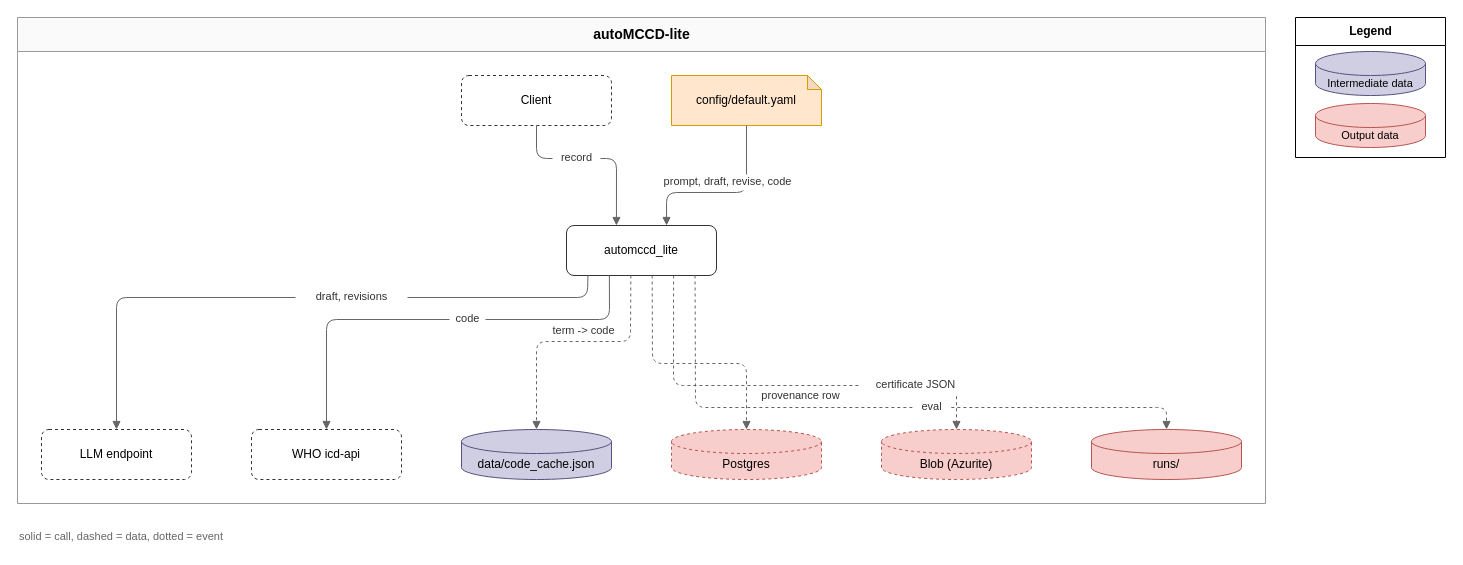
Above: docs/_static/diagrams/system.drawio in kevindoingstuff/autoMCCD-lite (draw.io), before the change. Source tidied: cells renumbered, new cells numbered last; positions are measured from the earlier drawing's top-left corner, leaving out a move shared by most shapes. Both pictures are drawn from the tidied source at 100%, with x=0, y=0 at pixel (17, 17).
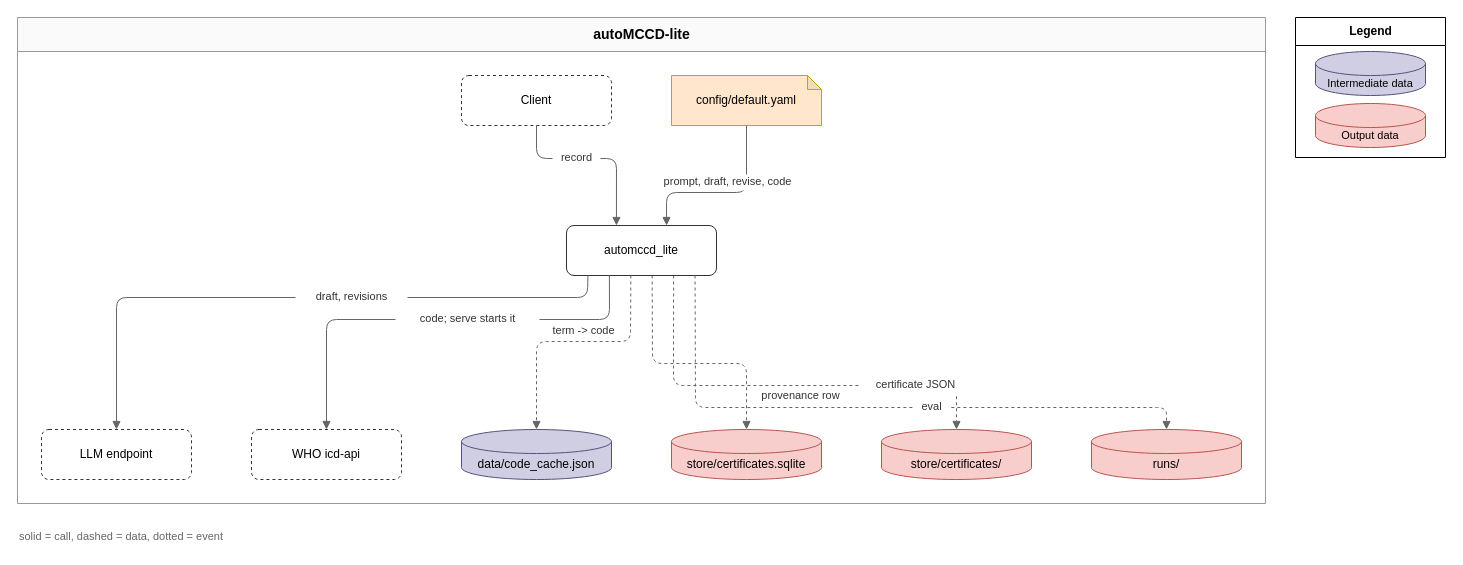
After the change.

Commit message (it also covers changes not shown here):
docs: describe the store, the serve command and the cli module

The change refers to these unchanged cells:
```xml
<mxCell id="2" value="autoMCCD-lite" style="swimlane;startSize=34;html=1;fontStyle=1;fontSize=14;fillColor=#fafafa;strokeColor=#999999;" parent="1" vertex="1">
  <mxGeometry width="1248" height="486" as="geometry" />
</mxCell>
```

The edit, as a diff of the source:
```diff
@@
-    <mxCell id="9" value="Postgres" style="shape=cylinder3;boundedLbl=1;backgroundOutline=1;size=12;whiteSpace=wrap;html=1;fillColor=#f8cecc;strokeColor=#b85450;dashed=1;" parent="2" vertex="1">
+    <mxCell id="9" value="store/certificates.sqlite" style="shape=cylinder3;boundedLbl=1;backgroundOutline=1;size=12;whiteSpace=wrap;html=1;fillColor=#f8cecc;strokeColor=#b85450;" parent="2" vertex="1">
       <mxGeometry x="654" y="412" width="150" height="50" as="geometry" />
     </mxCell>
-    <mxCell id="10" value="Blob (Azurite)" style="shape=cylinder3;boundedLbl=1;backgroundOutline=1;size=12;whiteSpace=wrap;html=1;fillColor=#f8cecc;strokeColor=#b85450;dashed=1;" parent="2" vertex="1">
+    <mxCell id="10" value="store/certificates/" style="shape=cylinder3;boundedLbl=1;backgroundOutline=1;size=12;whiteSpace=wrap;html=1;fillColor=#f8cecc;strokeColor=#b85450;" parent="2" vertex="1">
       <mxGeometry x="864" y="412" width="150" height="50" as="geometry" />
     </mxCell>
@@
-    <mxCell id="22" value="code" style="text;html=1;fontSize=11;align=center;verticalAlign=middle;fillColor=#ffffff;strokeColor=none;fontColor=#333333;spacing=0;spacingTop=-2;" parent="1" vertex="1">
-      <mxGeometry x="432" y="294" width="36" height="16" as="geometry" />
+    <mxCell id="22" value="code; serve starts it" style="text;html=1;fontSize=11;align=center;verticalAlign=middle;fillColor=#ffffff;strokeColor=none;fontColor=#333333;spacing=0;spacingTop=-2;" parent="1" vertex="1">
+      <mxGeometry x="378" y="294" width="144" height="16" as="geometry" />
     </mxCell>
```
